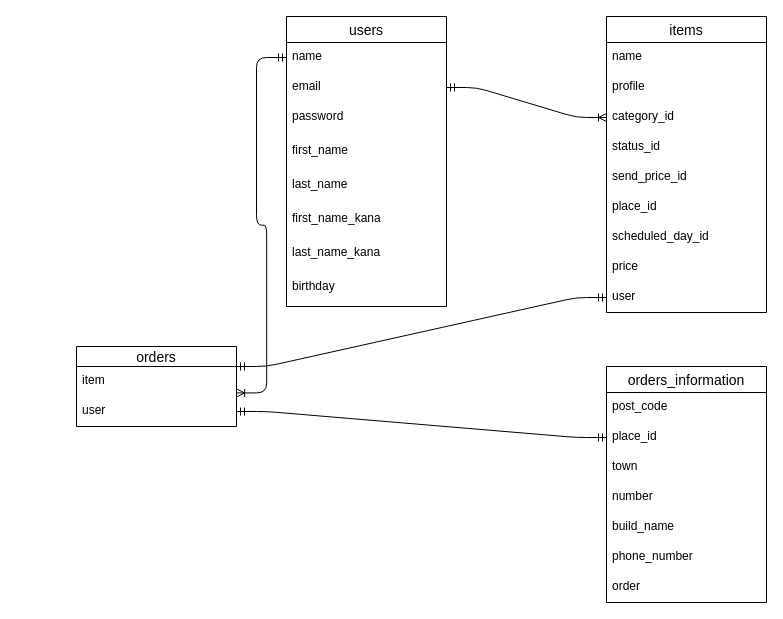
Before: config/test.dio in ryo19861210/furima-37671, a draw.io diagram. Source tidied: cells renumbered, new cells numbered last; positions are measured from the earlier drawing's top-left corner, leaving out a move shared by most shapes. Both pictures are drawn from the tidied source at 100%, with x=0, y=0 at pixel (76, 16).
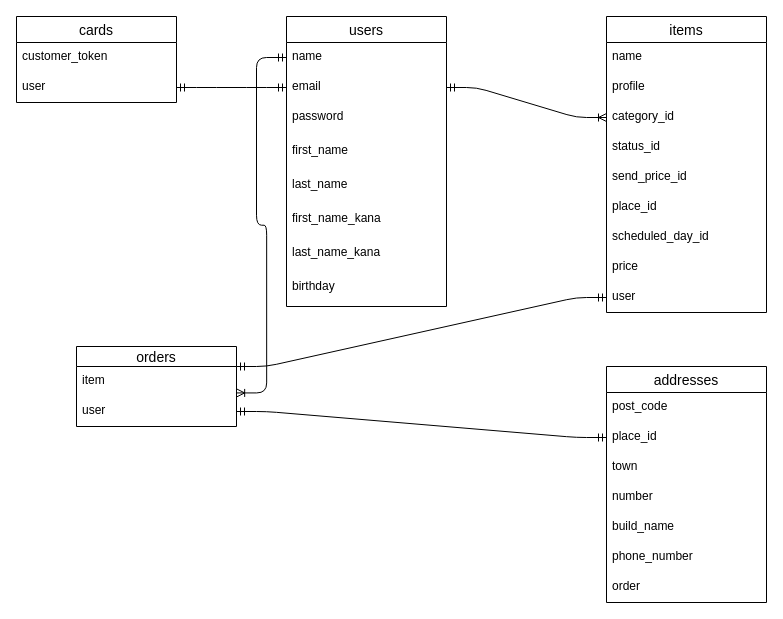
The same diagram, later.

The change refers to these unchanged cells:
```xml
<mxCell id="4" value="email" style="text;strokeColor=none;fillColor=none;spacingLeft=4;spacingRight=4;overflow=hidden;points=[[0,0.5],[1,0.5]];portConstraint=eastwest;fontSize=12;" parent="2" vertex="1">
  <mxGeometry y="56" width="160" height="30" as="geometry" />
</mxCell>
```

What changed in the source:
```diff
@@
-    <mxCell id="24" value="orders_information" style="swimlane;fontStyle=0;horizontal=1;startSize=26;align=center;fontSize=14;" parent="1" vertex="1">
+    <mxCell id="24" value="addresses" style="swimlane;fontStyle=0;horizontal=1;startSize=26;align=center;fontSize=14;" parent="1" vertex="1">
       <mxGeometry x="530" y="350" width="160" height="236" as="geometry" />
     </mxCell>
@@
+    <mxCell id="36" value="cards" style="swimlane;fontStyle=0;horizontal=1;startSize=26;align=center;fontSize=14;" parent="1" vertex="1">
+      <mxGeometry x="-60" width="160" height="86" as="geometry" />
+    </mxCell>
+    <mxCell id="37" value="customer_token" style="text;strokeColor=none;fillColor=none;spacingLeft=4;spacingRight=4;overflow=hidden;fontSize=12;" parent="36" vertex="1">
+      <mxGeometry y="26" width="160" height="30" as="geometry" />
+    </mxCell>
+    <mxCell id="38" value="user" style="text;strokeColor=none;fillColor=none;spacingLeft=4;spacingRight=4;overflow=hidden;points=[[0,0.5],[1,0.5]];portConstraint=eastwest;fontSize=12;" parent="36" vertex="1">
+      <mxGeometry y="56" width="160" height="30" as="geometry" />
+    </mxCell>
+    <mxCell id="39" style="edgeStyle=entityRelationEdgeStyle;fontSize=12;html=1;endArrow=ERmandOne;startArrow=ERmandOne;entryX=0;entryY=0.5;entryDx=0;entryDy=0;exitX=1;exitY=0.5;exitDx=0;exitDy=0;" parent="1" edge="1" source="38" target="4">
+      <mxGeometry relative="1" as="geometry" />
+    </mxCell>
```
